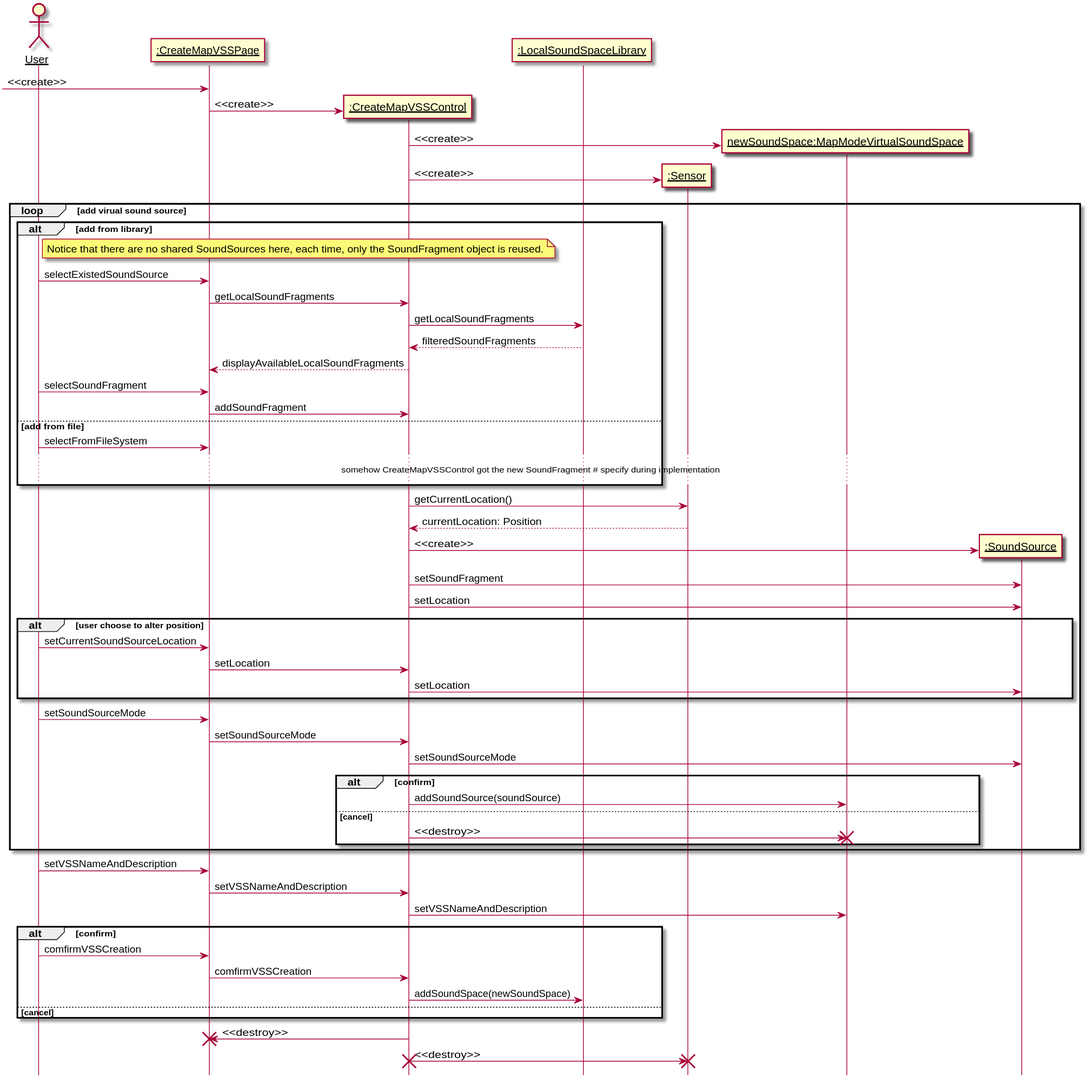
Before: 设计/Diagrams/CreateMapModeVSS.svg, a diagram exported from PlantUML (kpp19920121/doc).
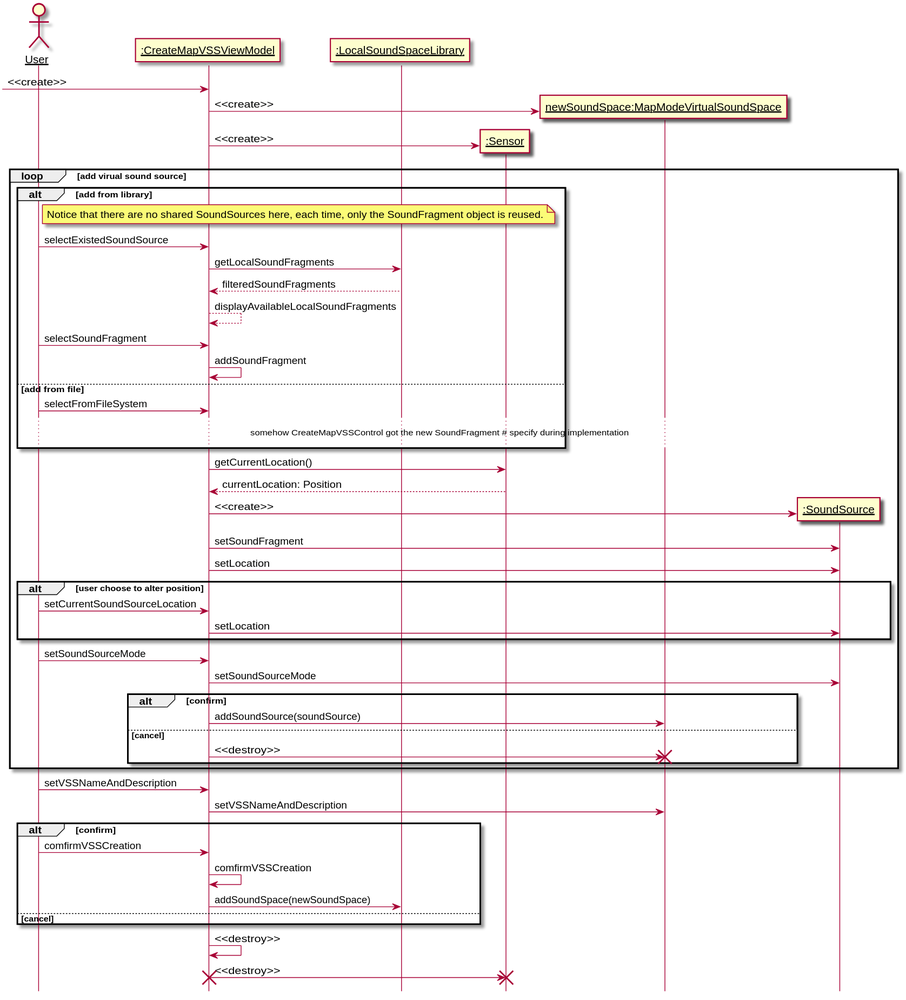
The same diagram one commit later.

What changed in the source:
```diff
@@ -4,73 +4,65 @@
 
 
 actor User as user
-participant ":CreateMapVSSPage" as createboundary
-participant ":CreateMapVSSControl" as createcontrol
+participant ":CreateMapVSSViewModel" as createboundary
 participant ":LocalSoundSpaceLibrary" as library
 participant ":Sensor" as sensor
 participant "newSoundSpace:MapModeVirtualSoundSpace" as newspace
 
 
 [-> createboundary: <<create>>
-create createcontrol
-createboundary -> createcontrol: <<create>>
 create newspace
-createcontrol -> newspace: <<create>>
+createboundary -> newspace: <<create>>
 create sensor
-createcontrol -> sensor: <<create>>
+createboundary -> sensor: <<create>>
 loop add virual sound source
     alt add from library
         note right of user: Notice that there are no shared SoundSources here, each time, only the SoundFragment object is reused.
         user -> createboundary: selectExistedSoundSource
-        createboundary -> createcontrol: getLocalSoundFragments
-        createcontrol -> library: getLocalSoundFragments
-        library --> createcontrol: filteredSoundFragments
-        createcontrol --> createboundary: displayAvailableLocalSoundFragments
+        createboundary -> library: getLocalSoundFragments
+        library --> createboundary: filteredSoundFragments
+        createboundary --> createboundary: displayAvailableLocalSoundFragments
         user -> createboundary: selectSoundFragment
-        createboundary -> createcontrol: addSoundFragment
+        createboundary -> createboundary: addSoundFragment
     else add from file
         user -> createboundary: selectFromFileSystem
         ...somehow CreateMapVSSControl got the new SoundFragment # specify during implementation...
 
     end
 
-    createcontrol -> sensor: getCurrentLocation()
-    sensor --> createcontrol: currentLocation: Position
+    createboundary -> sensor: getCurrentLocation()
+    sensor --> createboundary: currentLocation: Position
 
     participant ":SoundSource" as source
     create source
-    createcontrol -> source: <<create>>
-    createcontrol -> source: setSoundFragment
-    createcontrol -> source: setLocation
+    createboundary -> source: <<create>>
+    createboundary -> source: setSoundFragment
+    createboundary -> source: setLocation
 
     alt user choose to alter position
         user -> createboundary: setCurrentSoundSourceLocation
-        createboundary -> createcontrol : setLocation
-        createcontrol -> source: setLocation
+        createboundary -> source: setLocation
     end
     user -> createboundary: setSoundSourceMode
-    createboundary -> createcontrol: setSoundSourceMode
-    createcontrol -> source: setSoundSourceMode
+    createboundary -> source: setSoundSourceMode
     alt confirm
-        createcontrol -> newspace: addSoundSource(soundSource)
+        createboundary -> newspace: addSoundSource(soundSource)
     else cancel
-        createcontrol -> newspace: <<destroy>>
+        createboundary -> newspace: <<destroy>>
         destroy newspace
     end
 end
 user -> createboundary: setVSSNameAndDescription
-createboundary -> createcontrol: setVSSNameAndDescription
-createcontrol -> newspace: setVSSNameAndDescription
+createboundary -> newspace: setVSSNameAndDescription
 alt confirm
     user -> createboundary: comfirmVSSCreation
-    createboundary -> createcontrol: comfirmVSSCreation
-    createcontrol -> library: addSoundSpace(newSoundSpace)
+    createboundary -> createboundary: comfirmVSSCreation
+    createboundary -> library: addSoundSpace(newSoundSpace)
 else cancel
 
 end
-createcontrol -> createboundary: <<destroy>>
+createboundary -> createboundary: <<destroy>>
+createboundary -> sensor: <<destroy>>
+destroy sensor
 destroy createboundary
-createcontrol -> sensor: <<destroy>>
-destroy sensor
-destroy createcontrol
 @enduml
```
